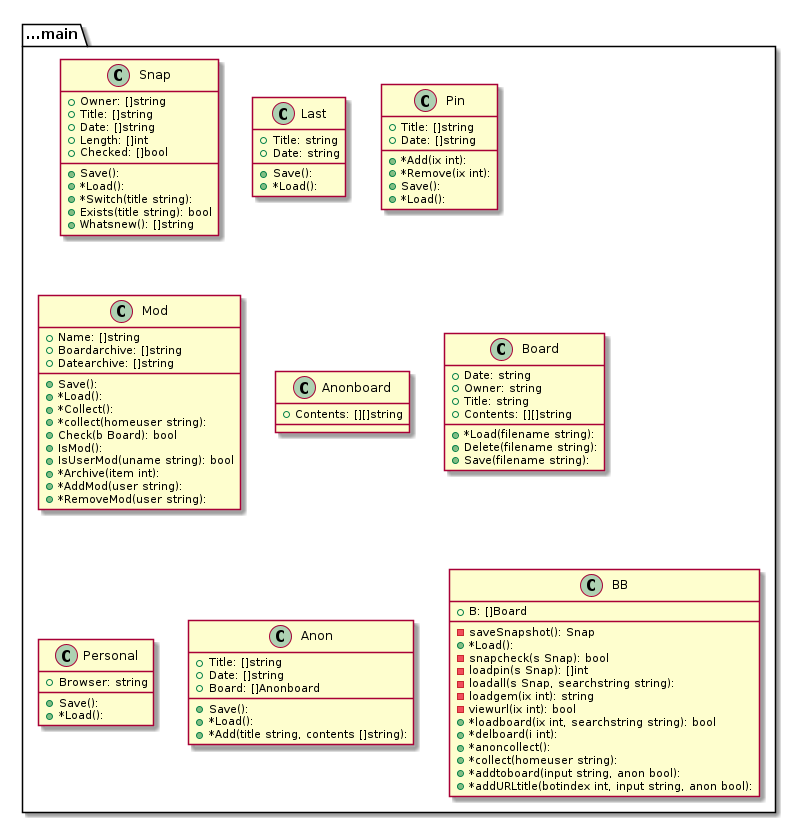
Earlier version of the PlantUML export graph.png (tbal999/bb).
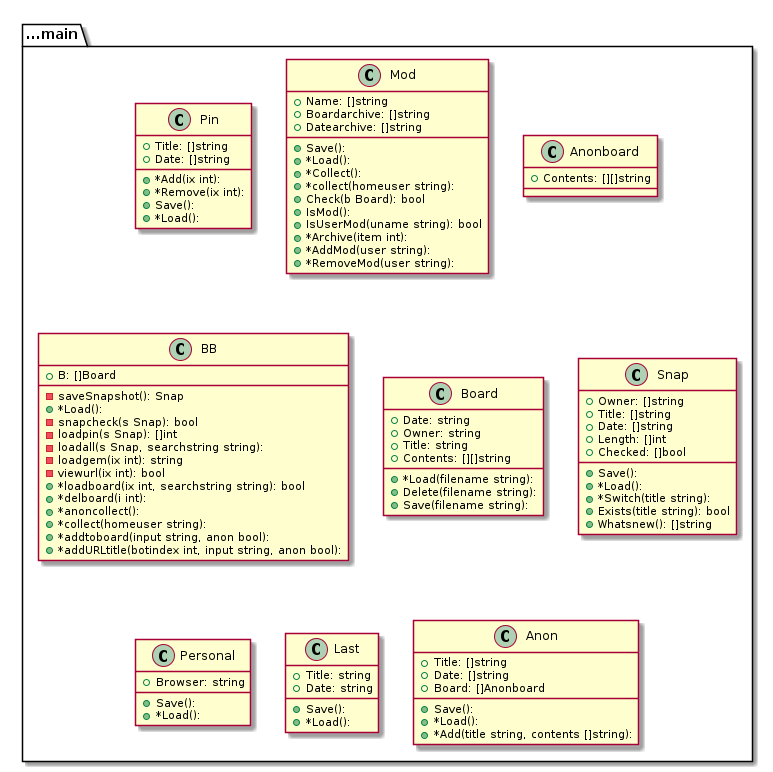
The same file after the commit.

What changed in the source:
```diff
@@ -1,26 +1,4 @@
 @startuml
-package ...main{
-class Snap {
-+Owner: []string
-+Title: []string
-+Date: []string
-+Length: []int
-+Checked: []bool
-+Save():
-+*Load():
-+*Switch(title string):
-+Exists(title string): bool
-+Whatsnew(): []string
-}
-}
-package ...main{
-class Last {
-+Title: string
-+Date: string
-+Save():
-+*Load():
-}
-}
 package ...main{
 class Pin {
 +Title: []string
@@ -55,34 +33,6 @@
 }
 }
 package ...main{
-class Board {
-+Date: string
-+Owner: string
-+Title: string
-+Contents: [][]string
-+*Load(filename string):
-+Delete(filename string):
-+Save(filename string):
-}
-}
-package ...main{
-class Personal {
-+Browser: string
-+Save():
-+*Load():
-}
-}
-package ...main{
-class Anon {
-+Title: []string
-+Date: []string
-+Board: []Anonboard
-+Save():
-+*Load():
-+*Add(title string, contents []string):
-}
-}
-package ...main{
 class BB {
 +B: []Board
 -saveSnapshot(): Snap
@@ -100,5 +50,55 @@
 +*addURLtitle(botindex int, input string, anon bool):
 }
 }
+package ...main{
+class Board {
++Date: string
++Owner: string
++Title: string
++Contents: [][]string
++*Load(filename string):
++Delete(filename string):
++Save(filename string):
+}
+}
+package ...main{
+class Snap {
++Owner: []string
++Title: []string
++Date: []string
++Length: []int
++Checked: []bool
++Save():
++*Load():
++*Switch(title string):
++Exists(title string): bool
++Whatsnew(): []string
+}
+}
+package ...main{
+class Personal {
++Browser: string
++Save():
++*Load():
+}
+}
+package ...main{
+class Last {
++Title: string
++Date: string
++Save():
++*Load():
+}
+}
+package ...main{
+class Anon {
++Title: []string
++Date: []string
++Board: []Anonboard
++Save():
++*Load():
++*Add(title string, contents []string):
+}
+}
 
 @enduml
```
